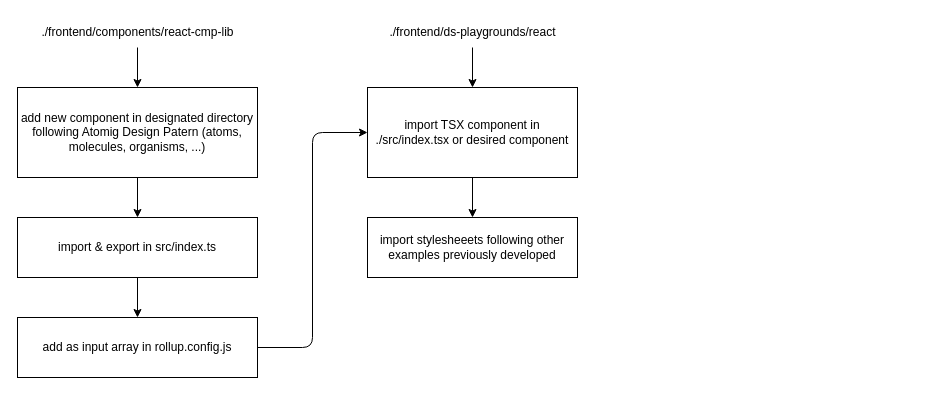
Before: wiki/new-component-flow.drawio in paulAlexSerban/prj--personal-portfolio-v2, a draw.io diagram. Source tidied: cells renumbered, new cells numbered last; positions are measured from the earlier drawing's top-left corner, leaving out a move shared by most shapes. Both pictures are drawn from the tidied source at 100%, with x=0, y=0 at pixel (17, 17).
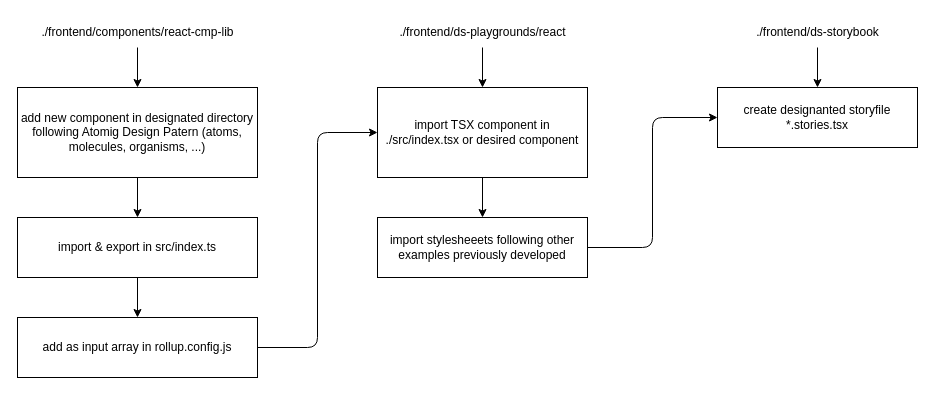
The same page after the edit.

Diff of the diagram source:
```diff
@@
 <mxGraphModel>
   <root>
     <mxCell id="0" />
     <mxCell id="1" parent="0" />
     <mxCell id="2" style="edgeStyle=none;html=1;" parent="1" edge="1" source="3" target="5">
       <mxGeometry relative="1" as="geometry" />
     </mxCell>
     <mxCell id="3" value="./frontend/components/react-cmp-lib" style="text;html=1;align=center;verticalAlign=middle;points=[];strokeColor=none;fillColor=none;" parent="1" vertex="1">
       <mxGeometry x="10" width="220" height="30" as="geometry" />
     </mxCell>
     <mxCell id="4" style="edgeStyle=none;html=1;entryX=0.5;entryY=0;entryDx=0;entryDy=0;" parent="1" edge="1" source="5" target="7">
       <mxGeometry relative="1" as="geometry" />
     </mxCell>
     <mxCell id="5" value="add new component in designated directory following Atomig Design Patern (atoms, molecules, organisms, ...)" style="whiteSpace=wrap;html=1;" parent="1" vertex="1">
       <mxGeometry y="70" width="240" height="90" as="geometry" />
     </mxCell>
     <mxCell id="6" style="edgeStyle=none;html=1;" parent="1" edge="1" source="7" target="9">
       <mxGeometry relative="1" as="geometry" />
     </mxCell>
     <mxCell id="7" value="import &amp;amp; export in src/index.ts" style="whiteSpace=wrap;html=1;" parent="1" vertex="1">
       <mxGeometry y="200" width="240" height="60" as="geometry" />
     </mxCell>
     <mxCell id="8" style="edgeStyle=orthogonalEdgeStyle;html=1;entryX=0;entryY=0.5;entryDx=0;entryDy=0;" parent="1" edge="1" source="9" target="13">
       <mxGeometry relative="1" as="geometry" />
     </mxCell>
     <mxCell id="9" value="add as input array in rollup.config.js" style="whiteSpace=wrap;html=1;" parent="1" vertex="1">
       <mxGeometry y="300" width="240" height="60" as="geometry" />
     </mxCell>
     <mxCell id="10" style="edgeStyle=orthogonalEdgeStyle;html=1;" parent="1" edge="1" source="11" target="13">
       <mxGeometry relative="1" as="geometry" />
     </mxCell>
     <mxCell id="11" value="./frontend/ds-playgrounds/react" style="text;html=1;align=center;verticalAlign=middle;points=[];strokeColor=none;fillColor=none;" parent="1" vertex="1">
-      <mxGeometry x="360" width="190" height="30" as="geometry" />
+      <mxGeometry x="370" width="190" height="30" as="geometry" />
     </mxCell>
     <mxCell id="12" style="edgeStyle=orthogonalEdgeStyle;html=1;" parent="1" edge="1" source="13" target="14">
       <mxGeometry relative="1" as="geometry" />
     </mxCell>
     <mxCell id="13" value="import TSX component in ./src/index.tsx or desired component" style="whiteSpace=wrap;html=1;" parent="1" vertex="1">
-      <mxGeometry x="350" y="70" width="210" height="90" as="geometry" />
+      <mxGeometry x="360" y="70" width="210" height="90" as="geometry" />
     </mxCell>
+    <mxCell id="15" style="edgeStyle=orthogonalEdgeStyle;html=1;entryX=0;entryY=0.5;entryDx=0;entryDy=0;" parent="1" edge="1" source="14" target="18">
+      <mxGeometry relative="1" as="geometry" />
+    </mxCell>
     <mxCell id="14" value="import stylesheeets following other examples previously developed" style="whiteSpace=wrap;html=1;" parent="1" vertex="1">
-      <mxGeometry x="350" y="200" width="210" height="60" as="geometry" />
+      <mxGeometry x="360" y="200" width="210" height="60" as="geometry" />
     </mxCell>
+    <mxCell id="16" style="edgeStyle=orthogonalEdgeStyle;html=1;" parent="1" edge="1" source="17" target="18">
+      <mxGeometry relative="1" as="geometry" />
+    </mxCell>
+    <mxCell id="17" value="./frontend/ds-storybook" style="text;html=1;align=center;verticalAlign=middle;points=[];strokeColor=none;fillColor=none;" parent="1" vertex="1">
+      <mxGeometry x="725" width="150" height="30" as="geometry" />
+    </mxCell>
+    <mxCell id="18" value="create designanted storyfile *.stories.tsx" style="whiteSpace=wrap;html=1;" parent="1" vertex="1">
+      <mxGeometry x="700" y="70" width="200" height="60" as="geometry" />
+    </mxCell>
   </root>
 </mxGraphModel>
```
